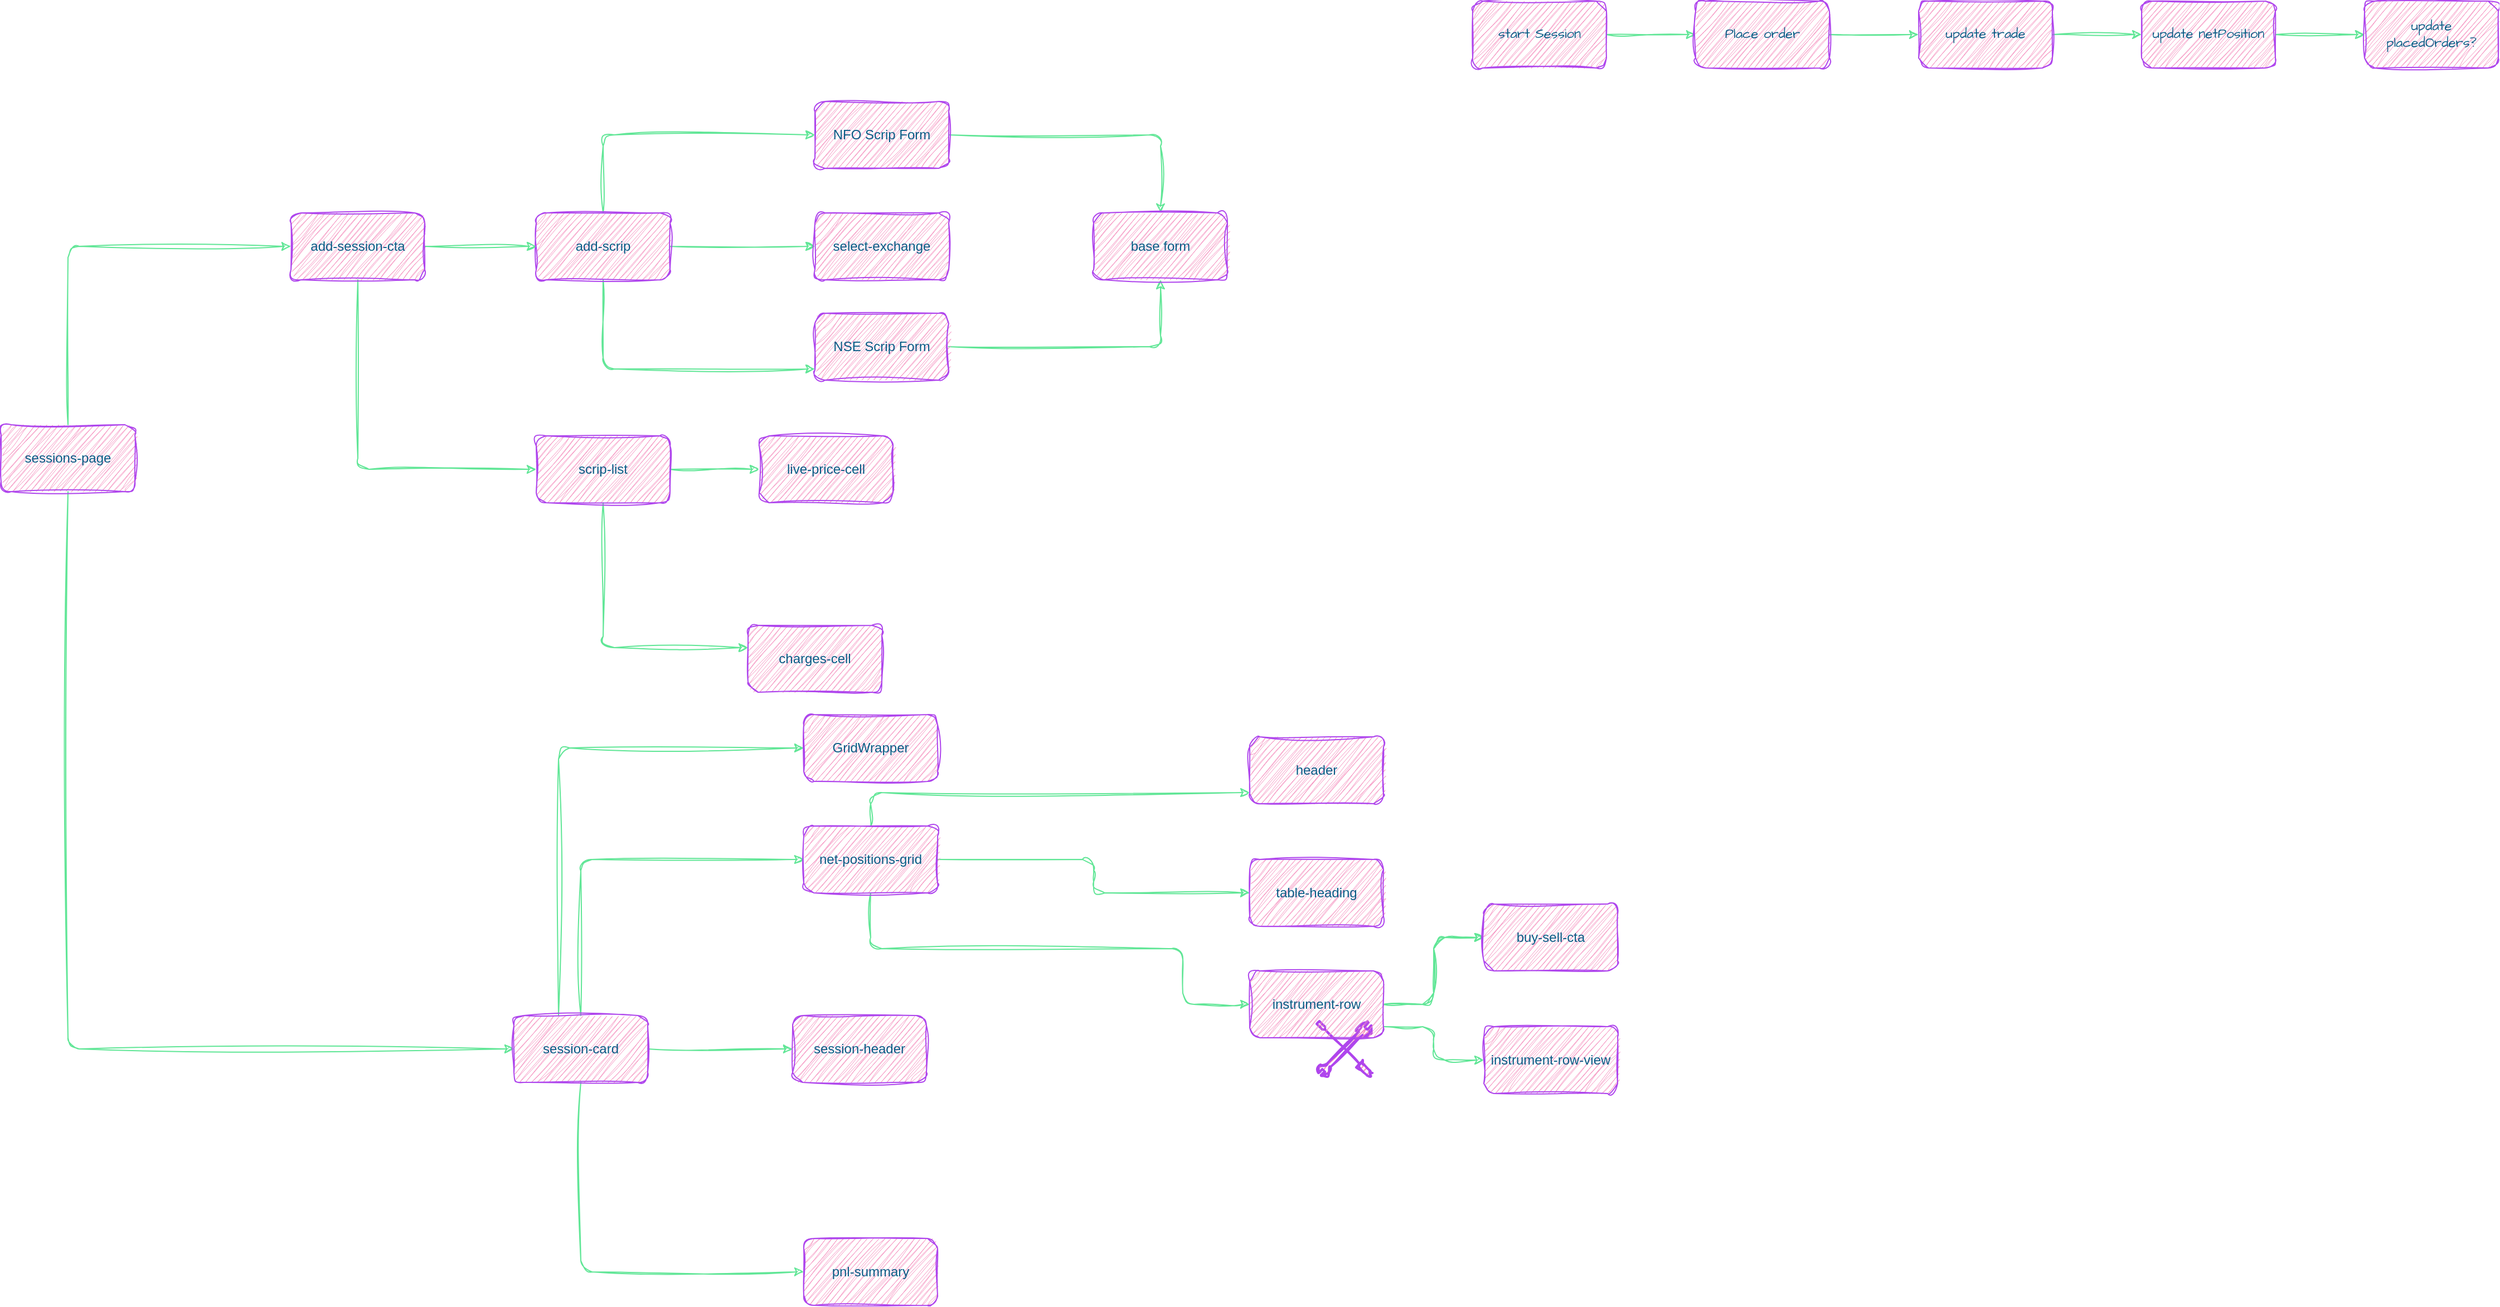
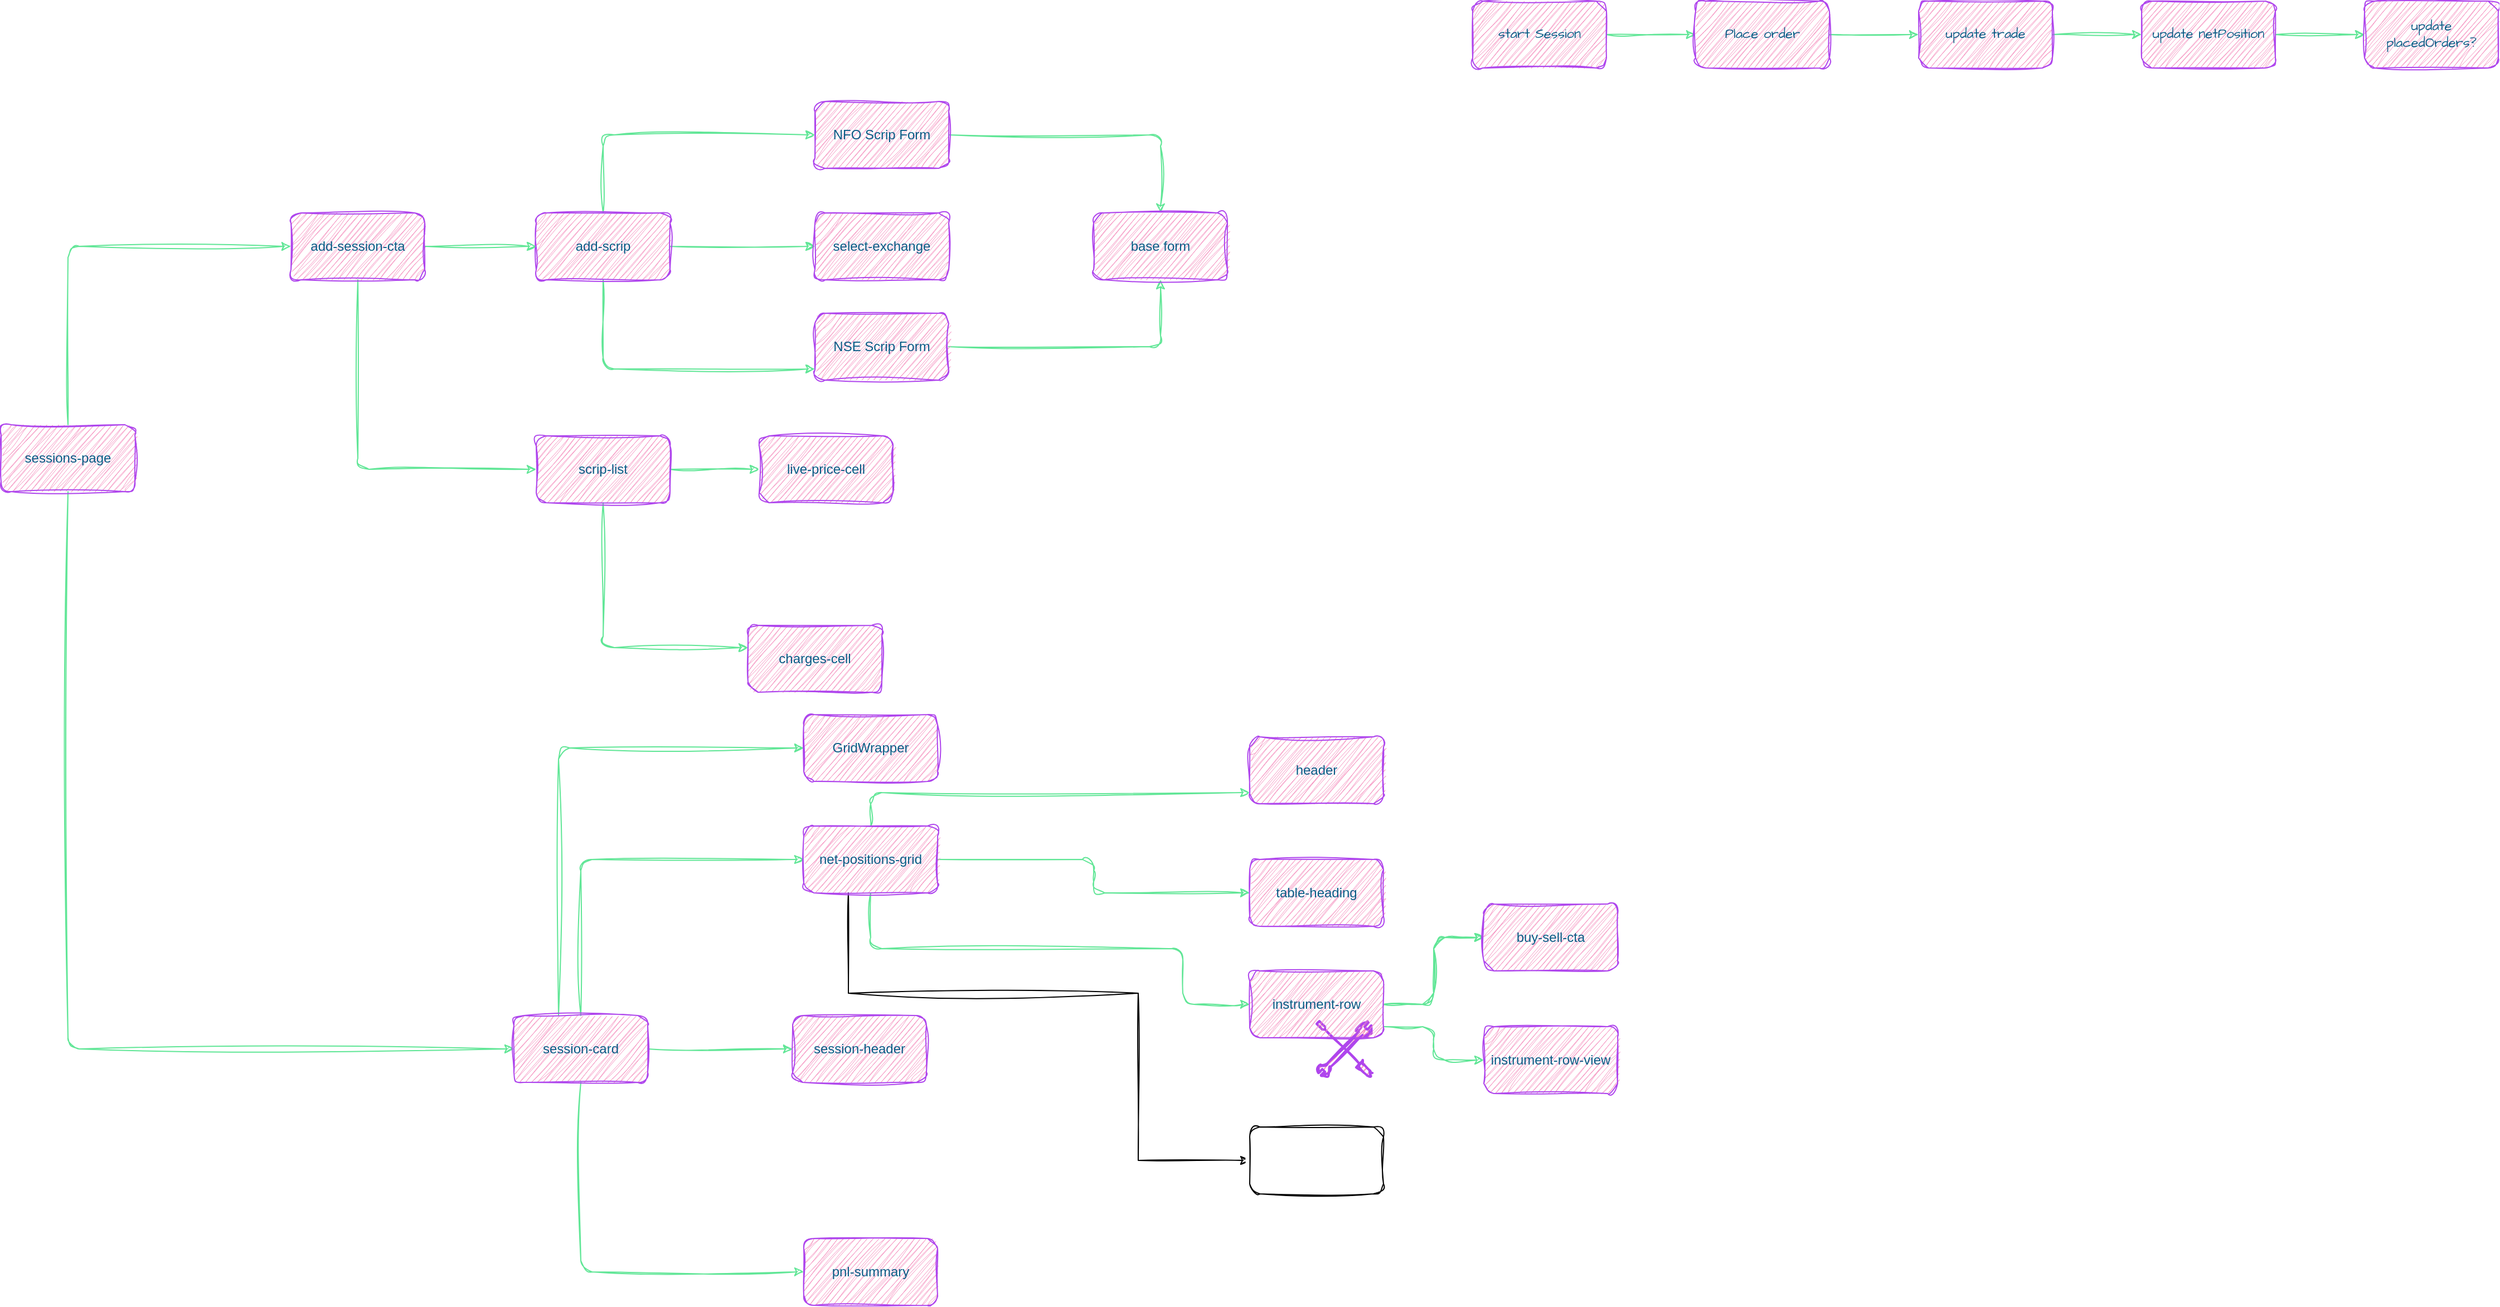
<mxfile host="app.diagrams.net" pages="5">
  <diagram id="wPQbEJP3DVO_ncDqMHqx" name="Sessions Page">
-     <mxGraphModel dx="1887" dy="969" grid="1" gridSize="10" guides="1" tooltips="1" connect="1" arrows="1" fold="1" page="0" pageScale="1" pageWidth="402" pageHeight="874" math="0" shadow="0">
+     <mxGraphModel dx="1996" dy="1026" grid="1" gridSize="10" guides="1" tooltips="1" connect="1" arrows="1" fold="1" page="0" pageScale="1" pageWidth="402" pageHeight="874" math="0" shadow="0">
      <root>
        <mxCell id="0" />
        <mxCell id="1" parent="0" />
        <mxCell id="DB1AKVm6qyutKQlFYAWD-6" edge="1" parent="1" source="DB1AKVm6qyutKQlFYAWD-1" style="edgeStyle=orthogonalEdgeStyle;rounded=1;orthogonalLoop=1;jettySize=auto;html=1;sketch=1;curveFitting=1;jiggle=2;labelBackgroundColor=none;strokeColor=#60E696;fontColor=default;" target="DB1AKVm6qyutKQlFYAWD-5" value="">
          <mxGeometry relative="1" as="geometry" />
        </mxCell>
        <mxCell id="DB1AKVm6qyutKQlFYAWD-8" edge="1" parent="1" source="DB1AKVm6qyutKQlFYAWD-1" style="edgeStyle=orthogonalEdgeStyle;rounded=1;orthogonalLoop=1;jettySize=auto;html=1;sketch=1;curveFitting=1;jiggle=2;labelBackgroundColor=none;strokeColor=#60E696;fontColor=default;" target="DB1AKVm6qyutKQlFYAWD-7" value="">
          <mxGeometry relative="1" as="geometry">
            <Array as="points">
              <mxPoint x="120" y="270" />
            </Array>
          </mxGeometry>
        </mxCell>
        <mxCell id="DB1AKVm6qyutKQlFYAWD-10" edge="1" parent="1" source="DB1AKVm6qyutKQlFYAWD-1" style="edgeStyle=orthogonalEdgeStyle;rounded=1;orthogonalLoop=1;jettySize=auto;html=1;sketch=1;curveFitting=1;jiggle=2;labelBackgroundColor=none;strokeColor=#60E696;fontColor=default;" target="DB1AKVm6qyutKQlFYAWD-9" value="">
          <mxGeometry relative="1" as="geometry">
            <Array as="points">
              <mxPoint x="120" y="60" />
            </Array>
          </mxGeometry>
        </mxCell>
        <mxCell id="DB1AKVm6qyutKQlFYAWD-1" parent="1" style="rounded=1;whiteSpace=wrap;html=1;sketch=1;curveFitting=1;jiggle=2;labelBackgroundColor=none;fillColor=#F694C1;strokeColor=#AF45ED;fontColor=#095C86;" value="add-scrip" vertex="1">
          <mxGeometry height="60" width="120" x="60" y="130" as="geometry" />
        </mxCell>
        <mxCell id="DB1AKVm6qyutKQlFYAWD-4" edge="1" parent="1" source="DB1AKVm6qyutKQlFYAWD-3" style="edgeStyle=orthogonalEdgeStyle;rounded=1;orthogonalLoop=1;jettySize=auto;html=1;sketch=1;curveFitting=1;jiggle=2;labelBackgroundColor=none;strokeColor=#60E696;fontColor=default;" target="DB1AKVm6qyutKQlFYAWD-1" value="">
          <mxGeometry relative="1" as="geometry" />
        </mxCell>
        <mxCell id="DB1AKVm6qyutKQlFYAWD-12" edge="1" parent="1" source="DB1AKVm6qyutKQlFYAWD-3" style="edgeStyle=orthogonalEdgeStyle;rounded=1;orthogonalLoop=1;jettySize=auto;html=1;sketch=1;curveFitting=1;jiggle=2;labelBackgroundColor=none;strokeColor=#60E696;fontColor=default;" target="DB1AKVm6qyutKQlFYAWD-11" value="">
          <mxGeometry relative="1" as="geometry">
            <Array as="points">
              <mxPoint x="-100" y="360" />
            </Array>
          </mxGeometry>
        </mxCell>
        <mxCell id="DB1AKVm6qyutKQlFYAWD-3" parent="1" style="rounded=1;whiteSpace=wrap;html=1;sketch=1;curveFitting=1;jiggle=2;labelBackgroundColor=none;fillColor=#F694C1;strokeColor=#AF45ED;fontColor=#095C86;" value="add-session-cta" vertex="1">
          <mxGeometry height="60" width="120" x="-160" y="130" as="geometry" />
        </mxCell>
        <mxCell id="DB1AKVm6qyutKQlFYAWD-5" parent="1" style="whiteSpace=wrap;html=1;rounded=1;sketch=1;curveFitting=1;jiggle=2;labelBackgroundColor=none;fillColor=#F694C1;strokeColor=#AF45ED;fontColor=#095C86;" value="select-exchange" vertex="1">
          <mxGeometry height="60" width="120" x="310" y="130" as="geometry" />
        </mxCell>
        <mxCell id="ouMAoqMrmdJ_XqpmxOQB-3" edge="1" parent="1" source="DB1AKVm6qyutKQlFYAWD-7" style="edgeStyle=orthogonalEdgeStyle;rounded=1;sketch=1;hachureGap=4;jiggle=2;curveFitting=1;orthogonalLoop=1;jettySize=auto;html=1;fontFamily=Architects Daughter;fontSource=https%3A%2F%2Ffonts.googleapis.com%2Fcss%3Ffamily%3DArchitects%2BDaughter;labelBackgroundColor=none;strokeColor=#60E696;fontColor=default;" target="ouMAoqMrmdJ_XqpmxOQB-1">
          <mxGeometry relative="1" as="geometry" />
        </mxCell>
        <mxCell id="DB1AKVm6qyutKQlFYAWD-7" parent="1" style="whiteSpace=wrap;html=1;rounded=1;sketch=1;curveFitting=1;jiggle=2;labelBackgroundColor=none;fillColor=#F694C1;strokeColor=#AF45ED;fontColor=#095C86;" value="NSE Scrip Form" vertex="1">
          <mxGeometry height="60" width="120" x="310" y="220" as="geometry" />
        </mxCell>
        <mxCell id="ouMAoqMrmdJ_XqpmxOQB-2" edge="1" parent="1" source="DB1AKVm6qyutKQlFYAWD-9" style="edgeStyle=orthogonalEdgeStyle;rounded=1;sketch=1;hachureGap=4;jiggle=2;curveFitting=1;orthogonalLoop=1;jettySize=auto;html=1;fontFamily=Architects Daughter;fontSource=https%3A%2F%2Ffonts.googleapis.com%2Fcss%3Ffamily%3DArchitects%2BDaughter;labelBackgroundColor=none;strokeColor=#60E696;fontColor=default;" target="ouMAoqMrmdJ_XqpmxOQB-1" value="">
          <mxGeometry relative="1" as="geometry" />
        </mxCell>
        <mxCell id="DB1AKVm6qyutKQlFYAWD-9" parent="1" style="whiteSpace=wrap;html=1;rounded=1;sketch=1;curveFitting=1;jiggle=2;labelBackgroundColor=none;fillColor=#F694C1;strokeColor=#AF45ED;fontColor=#095C86;" value="NFO Scrip Form" vertex="1">
          <mxGeometry height="60" width="120" x="310" y="30" as="geometry" />
        </mxCell>
        <mxCell id="ouMAoqMrmdJ_XqpmxOQB-15" edge="1" parent="1" source="DB1AKVm6qyutKQlFYAWD-11" style="edgeStyle=orthogonalEdgeStyle;rounded=1;sketch=1;hachureGap=4;jiggle=2;curveFitting=1;orthogonalLoop=1;jettySize=auto;html=1;fontFamily=Architects Daughter;fontSource=https%3A%2F%2Ffonts.googleapis.com%2Fcss%3Ffamily%3DArchitects%2BDaughter;labelBackgroundColor=none;strokeColor=#60E696;fontColor=default;" target="ouMAoqMrmdJ_XqpmxOQB-14" value="">
          <mxGeometry relative="1" as="geometry" />
        </mxCell>
        <mxCell id="ouMAoqMrmdJ_XqpmxOQB-17" edge="1" parent="1" source="DB1AKVm6qyutKQlFYAWD-11" style="edgeStyle=orthogonalEdgeStyle;rounded=1;sketch=1;hachureGap=4;jiggle=2;curveFitting=1;orthogonalLoop=1;jettySize=auto;html=1;fontFamily=Architects Daughter;fontSource=https%3A%2F%2Ffonts.googleapis.com%2Fcss%3Ffamily%3DArchitects%2BDaughter;labelBackgroundColor=none;strokeColor=#60E696;fontColor=default;" target="ouMAoqMrmdJ_XqpmxOQB-16" value="">
          <mxGeometry relative="1" as="geometry">
            <Array as="points">
              <mxPoint x="120" y="520" />
            </Array>
          </mxGeometry>
        </mxCell>
        <mxCell id="DB1AKVm6qyutKQlFYAWD-11" parent="1" style="whiteSpace=wrap;html=1;rounded=1;sketch=1;curveFitting=1;jiggle=2;labelBackgroundColor=none;fillColor=#F694C1;strokeColor=#AF45ED;fontColor=#095C86;" value="scrip-list" vertex="1">
          <mxGeometry height="60" width="120" x="60" y="330" as="geometry" />
        </mxCell>
        <mxCell id="DB1AKVm6qyutKQlFYAWD-15" edge="1" parent="1" source="DB1AKVm6qyutKQlFYAWD-14" style="edgeStyle=orthogonalEdgeStyle;rounded=1;sketch=1;hachureGap=4;jiggle=2;curveFitting=1;orthogonalLoop=1;jettySize=auto;html=1;entryX=0;entryY=0.5;entryDx=0;entryDy=0;strokeColor=#60E696;fontFamily=Architects Daughter;fontSource=https%3A%2F%2Ffonts.googleapis.com%2Fcss%3Ffamily%3DArchitects%2BDaughter;fontColor=default;fillColor=#F694C1;labelBackgroundColor=none;" target="DB1AKVm6qyutKQlFYAWD-3">
          <mxGeometry relative="1" as="geometry">
            <Array as="points">
              <mxPoint x="-360" y="160" />
            </Array>
          </mxGeometry>
        </mxCell>
        <mxCell id="ouMAoqMrmdJ_XqpmxOQB-28" edge="1" parent="1" source="DB1AKVm6qyutKQlFYAWD-14" style="edgeStyle=orthogonalEdgeStyle;rounded=1;sketch=1;hachureGap=4;jiggle=2;curveFitting=1;orthogonalLoop=1;jettySize=auto;html=1;entryX=0;entryY=0.5;entryDx=0;entryDy=0;fontFamily=Architects Daughter;fontSource=https%3A%2F%2Ffonts.googleapis.com%2Fcss%3Ffamily%3DArchitects%2BDaughter;labelBackgroundColor=none;strokeColor=#60E696;fontColor=default;" target="ouMAoqMrmdJ_XqpmxOQB-19">
          <mxGeometry relative="1" as="geometry">
            <Array as="points">
              <mxPoint x="-360" y="880" />
            </Array>
          </mxGeometry>
        </mxCell>
        <mxCell id="DB1AKVm6qyutKQlFYAWD-14" parent="1" style="rounded=1;whiteSpace=wrap;html=1;sketch=1;curveFitting=1;jiggle=2;labelBackgroundColor=none;fillColor=#F694C1;strokeColor=#AF45ED;fontColor=#095C86;" value="sessions-page" vertex="1">
          <mxGeometry height="60" width="120" x="-420" y="320" as="geometry" />
        </mxCell>
        <mxCell id="ouMAoqMrmdJ_XqpmxOQB-1" parent="1" style="whiteSpace=wrap;html=1;fillColor=#F694C1;strokeColor=#AF45ED;fontColor=#095C86;rounded=1;sketch=1;curveFitting=1;jiggle=2;labelBackgroundColor=none;" value="base form" vertex="1">
          <mxGeometry height="60" width="120" x="560" y="130" as="geometry" />
        </mxCell>
        <mxCell id="ouMAoqMrmdJ_XqpmxOQB-6" edge="1" parent="1" source="ouMAoqMrmdJ_XqpmxOQB-4" style="edgeStyle=orthogonalEdgeStyle;rounded=1;sketch=1;hachureGap=4;jiggle=2;curveFitting=1;orthogonalLoop=1;jettySize=auto;html=1;fontFamily=Architects Daughter;fontSource=https%3A%2F%2Ffonts.googleapis.com%2Fcss%3Ffamily%3DArchitects%2BDaughter;labelBackgroundColor=none;strokeColor=#60E696;fontColor=default;" target="ouMAoqMrmdJ_XqpmxOQB-5" value="">
          <mxGeometry relative="1" as="geometry" />
        </mxCell>
        <mxCell id="ouMAoqMrmdJ_XqpmxOQB-4" parent="1" style="whiteSpace=wrap;html=1;sketch=1;hachureGap=4;jiggle=2;curveFitting=1;fontFamily=Architects Daughter;fontSource=https%3A%2F%2Ffonts.googleapis.com%2Fcss%3Ffamily%3DArchitects%2BDaughter;labelBackgroundColor=none;fillColor=#F694C1;strokeColor=#AF45ED;fontColor=#095C86;rounded=1;" value="start Session" vertex="1">
          <mxGeometry height="60" width="120" x="900" y="-60" as="geometry" />
        </mxCell>
        <mxCell id="ouMAoqMrmdJ_XqpmxOQB-8" edge="1" parent="1" source="ouMAoqMrmdJ_XqpmxOQB-5" style="edgeStyle=orthogonalEdgeStyle;rounded=1;sketch=1;hachureGap=4;jiggle=2;curveFitting=1;orthogonalLoop=1;jettySize=auto;html=1;fontFamily=Architects Daughter;fontSource=https%3A%2F%2Ffonts.googleapis.com%2Fcss%3Ffamily%3DArchitects%2BDaughter;labelBackgroundColor=none;strokeColor=#60E696;fontColor=default;" target="ouMAoqMrmdJ_XqpmxOQB-7" value="">
          <mxGeometry relative="1" as="geometry" />
        </mxCell>
        <mxCell id="ouMAoqMrmdJ_XqpmxOQB-5" parent="1" style="whiteSpace=wrap;html=1;fontFamily=Architects Daughter;sketch=1;hachureGap=4;jiggle=2;curveFitting=1;fontSource=https%3A%2F%2Ffonts.googleapis.com%2Fcss%3Ffamily%3DArchitects%2BDaughter;labelBackgroundColor=none;fillColor=#F694C1;strokeColor=#AF45ED;fontColor=#095C86;rounded=1;" value="Place order" vertex="1">
          <mxGeometry height="60" width="120" x="1100" y="-60" as="geometry" />
        </mxCell>
        <mxCell id="ouMAoqMrmdJ_XqpmxOQB-10" edge="1" parent="1" source="ouMAoqMrmdJ_XqpmxOQB-7" style="edgeStyle=orthogonalEdgeStyle;rounded=1;sketch=1;hachureGap=4;jiggle=2;curveFitting=1;orthogonalLoop=1;jettySize=auto;html=1;fontFamily=Architects Daughter;fontSource=https%3A%2F%2Ffonts.googleapis.com%2Fcss%3Ffamily%3DArchitects%2BDaughter;labelBackgroundColor=none;strokeColor=#60E696;fontColor=default;" target="ouMAoqMrmdJ_XqpmxOQB-9" value="">
          <mxGeometry relative="1" as="geometry" />
        </mxCell>
        <mxCell id="ouMAoqMrmdJ_XqpmxOQB-7" parent="1" style="whiteSpace=wrap;html=1;fontFamily=Architects Daughter;sketch=1;hachureGap=4;jiggle=2;curveFitting=1;fontSource=https%3A%2F%2Ffonts.googleapis.com%2Fcss%3Ffamily%3DArchitects%2BDaughter;labelBackgroundColor=none;fillColor=#F694C1;strokeColor=#AF45ED;fontColor=#095C86;rounded=1;" value="update trade" vertex="1">
          <mxGeometry height="60" width="120" x="1300" y="-60" as="geometry" />
        </mxCell>
        <mxCell id="ouMAoqMrmdJ_XqpmxOQB-12" edge="1" parent="1" source="ouMAoqMrmdJ_XqpmxOQB-9" style="edgeStyle=orthogonalEdgeStyle;rounded=1;sketch=1;hachureGap=4;jiggle=2;curveFitting=1;orthogonalLoop=1;jettySize=auto;html=1;fontFamily=Architects Daughter;fontSource=https%3A%2F%2Ffonts.googleapis.com%2Fcss%3Ffamily%3DArchitects%2BDaughter;labelBackgroundColor=none;strokeColor=#60E696;fontColor=default;" target="ouMAoqMrmdJ_XqpmxOQB-11" value="">
          <mxGeometry relative="1" as="geometry" />
        </mxCell>
        <mxCell id="ouMAoqMrmdJ_XqpmxOQB-9" parent="1" style="whiteSpace=wrap;html=1;fontFamily=Architects Daughter;sketch=1;hachureGap=4;jiggle=2;curveFitting=1;fontSource=https%3A%2F%2Ffonts.googleapis.com%2Fcss%3Ffamily%3DArchitects%2BDaughter;labelBackgroundColor=none;fillColor=#F694C1;strokeColor=#AF45ED;fontColor=#095C86;rounded=1;" value="update netPosition" vertex="1">
          <mxGeometry height="60" width="120" x="1500" y="-60" as="geometry" />
        </mxCell>
        <mxCell id="ouMAoqMrmdJ_XqpmxOQB-11" parent="1" style="whiteSpace=wrap;html=1;fontFamily=Architects Daughter;sketch=1;hachureGap=4;jiggle=2;curveFitting=1;fontSource=https%3A%2F%2Ffonts.googleapis.com%2Fcss%3Ffamily%3DArchitects%2BDaughter;labelBackgroundColor=none;fillColor=#F694C1;strokeColor=#AF45ED;fontColor=#095C86;rounded=1;" value="update placedOrders?" vertex="1">
          <mxGeometry height="60" width="120" x="1700" y="-60" as="geometry" />
        </mxCell>
        <mxCell id="ouMAoqMrmdJ_XqpmxOQB-13" parent="1" style="html=1;verticalLabelPosition=bottom;align=center;labelBackgroundColor=none;verticalAlign=top;strokeWidth=2;strokeColor=#AF45ED;shadow=0;dashed=0;shape=mxgraph.ios7.icons.tools;pointerEvents=1;sketch=1;hachureGap=4;jiggle=2;curveFitting=1;fontFamily=Architects Daughter;fontSource=https%3A%2F%2Ffonts.googleapis.com%2Fcss%3Ffamily%3DArchitects%2BDaughter;fillColor=#F694C1;fontColor=#095C86;rounded=1;" value="" vertex="1">
          <mxGeometry height="50" width="50" x="760" y="855" as="geometry" />
        </mxCell>
        <mxCell id="ouMAoqMrmdJ_XqpmxOQB-14" parent="1" style="whiteSpace=wrap;html=1;fillColor=#F694C1;strokeColor=#AF45ED;fontColor=#095C86;rounded=1;sketch=1;curveFitting=1;jiggle=2;labelBackgroundColor=none;" value="live-price-cell" vertex="1">
          <mxGeometry height="60" width="120" x="260" y="330" as="geometry" />
        </mxCell>
        <mxCell id="ouMAoqMrmdJ_XqpmxOQB-16" parent="1" style="whiteSpace=wrap;html=1;fillColor=#F694C1;strokeColor=#AF45ED;fontColor=#095C86;rounded=1;sketch=1;curveFitting=1;jiggle=2;labelBackgroundColor=none;" value="charges-cell" vertex="1">
          <mxGeometry height="60" width="120" x="250" y="500" as="geometry" />
        </mxCell>
        <mxCell id="ouMAoqMrmdJ_XqpmxOQB-22" edge="1" parent="1" source="ouMAoqMrmdJ_XqpmxOQB-19" style="edgeStyle=orthogonalEdgeStyle;rounded=1;sketch=1;hachureGap=4;jiggle=2;curveFitting=1;orthogonalLoop=1;jettySize=auto;html=1;fontFamily=Architects Daughter;fontSource=https%3A%2F%2Ffonts.googleapis.com%2Fcss%3Ffamily%3DArchitects%2BDaughter;labelBackgroundColor=none;strokeColor=#60E696;fontColor=default;" target="ouMAoqMrmdJ_XqpmxOQB-21" value="">
          <mxGeometry relative="1" as="geometry" />
        </mxCell>
        <mxCell id="ouMAoqMrmdJ_XqpmxOQB-25" edge="1" parent="1" source="ouMAoqMrmdJ_XqpmxOQB-19" style="edgeStyle=orthogonalEdgeStyle;rounded=1;sketch=1;hachureGap=4;jiggle=2;curveFitting=1;orthogonalLoop=1;jettySize=auto;html=1;entryX=0;entryY=0.5;entryDx=0;entryDy=0;fontFamily=Architects Daughter;fontSource=https%3A%2F%2Ffonts.googleapis.com%2Fcss%3Ffamily%3DArchitects%2BDaughter;labelBackgroundColor=none;strokeColor=#60E696;fontColor=default;" target="ouMAoqMrmdJ_XqpmxOQB-23">
          <mxGeometry relative="1" as="geometry">
            <Array as="points">
              <mxPoint x="100" y="710" />
            </Array>
          </mxGeometry>
        </mxCell>
        <mxCell id="ouMAoqMrmdJ_XqpmxOQB-27" edge="1" parent="1" source="ouMAoqMrmdJ_XqpmxOQB-19" style="edgeStyle=orthogonalEdgeStyle;rounded=1;sketch=1;hachureGap=4;jiggle=2;curveFitting=1;orthogonalLoop=1;jettySize=auto;html=1;fontFamily=Architects Daughter;fontSource=https%3A%2F%2Ffonts.googleapis.com%2Fcss%3Ffamily%3DArchitects%2BDaughter;labelBackgroundColor=none;strokeColor=#60E696;fontColor=default;" target="ouMAoqMrmdJ_XqpmxOQB-26" value="">
          <mxGeometry relative="1" as="geometry">
            <Array as="points">
              <mxPoint x="100" y="1080" />
            </Array>
          </mxGeometry>
        </mxCell>
        <mxCell id="ouMAoqMrmdJ_XqpmxOQB-30" edge="1" parent="1" source="ouMAoqMrmdJ_XqpmxOQB-19" style="edgeStyle=orthogonalEdgeStyle;rounded=1;sketch=1;hachureGap=4;jiggle=2;curveFitting=1;orthogonalLoop=1;jettySize=auto;html=1;strokeColor=#60E696;fontFamily=Architects Daughter;fontSource=https%3A%2F%2Ffonts.googleapis.com%2Fcss%3Ffamily%3DArchitects%2BDaughter;fontColor=#095C86;fillColor=#F694C1;" target="ouMAoqMrmdJ_XqpmxOQB-29" value="">
          <mxGeometry relative="1" as="geometry">
            <Array as="points">
              <mxPoint x="80" y="610" />
            </Array>
          </mxGeometry>
        </mxCell>
        <mxCell id="ouMAoqMrmdJ_XqpmxOQB-19" parent="1" style="whiteSpace=wrap;html=1;fillColor=#F694C1;strokeColor=#AF45ED;fontColor=#095C86;rounded=1;sketch=1;curveFitting=1;jiggle=2;labelBackgroundColor=none;" value="session-card" vertex="1">
          <mxGeometry height="60" width="120" x="40" y="850" as="geometry" />
        </mxCell>
        <mxCell id="ouMAoqMrmdJ_XqpmxOQB-21" parent="1" style="whiteSpace=wrap;html=1;fillColor=#F694C1;strokeColor=#AF45ED;fontColor=#095C86;rounded=1;sketch=1;curveFitting=1;jiggle=2;labelBackgroundColor=none;" value="session-header" vertex="1">
          <mxGeometry height="60" width="120" x="290" y="850" as="geometry" />
        </mxCell>
        <mxCell id="ouMAoqMrmdJ_XqpmxOQB-32" edge="1" parent="1" source="ouMAoqMrmdJ_XqpmxOQB-23" style="edgeStyle=orthogonalEdgeStyle;rounded=1;sketch=1;hachureGap=4;jiggle=2;curveFitting=1;orthogonalLoop=1;jettySize=auto;html=1;strokeColor=#60E696;fontFamily=Architects Daughter;fontSource=https%3A%2F%2Ffonts.googleapis.com%2Fcss%3Ffamily%3DArchitects%2BDaughter;fontColor=#095C86;fillColor=#F694C1;" target="ouMAoqMrmdJ_XqpmxOQB-31" value="">
          <mxGeometry relative="1" as="geometry">
            <Array as="points">
              <mxPoint x="360" y="650" />
            </Array>
          </mxGeometry>
        </mxCell>
        <mxCell id="ouMAoqMrmdJ_XqpmxOQB-34" edge="1" parent="1" source="ouMAoqMrmdJ_XqpmxOQB-23" style="edgeStyle=orthogonalEdgeStyle;rounded=1;sketch=1;hachureGap=4;jiggle=2;curveFitting=1;orthogonalLoop=1;jettySize=auto;html=1;strokeColor=#60E696;fontFamily=Architects Daughter;fontSource=https%3A%2F%2Ffonts.googleapis.com%2Fcss%3Ffamily%3DArchitects%2BDaughter;fontColor=#095C86;fillColor=#F694C1;" target="ouMAoqMrmdJ_XqpmxOQB-33" value="">
          <mxGeometry relative="1" as="geometry" />
        </mxCell>
        <mxCell id="ouMAoqMrmdJ_XqpmxOQB-38" edge="1" parent="1" source="ouMAoqMrmdJ_XqpmxOQB-23" style="edgeStyle=orthogonalEdgeStyle;rounded=1;sketch=1;hachureGap=4;jiggle=2;curveFitting=1;orthogonalLoop=1;jettySize=auto;html=1;strokeColor=#60E696;fontFamily=Architects Daughter;fontSource=https%3A%2F%2Ffonts.googleapis.com%2Fcss%3Ffamily%3DArchitects%2BDaughter;fontColor=#095C86;fillColor=#F694C1;" target="ouMAoqMrmdJ_XqpmxOQB-37" value="">
          <mxGeometry relative="1" as="geometry">
            <Array as="points">
              <mxPoint x="360" y="790" />
              <mxPoint x="640" y="790" />
            </Array>
          </mxGeometry>
        </mxCell>
+         <mxCell id="eX8Cx5BNWnft2gzvnQZb-2" edge="1" parent="1" source="ouMAoqMrmdJ_XqpmxOQB-23" style="edgeStyle=orthogonalEdgeStyle;rounded=0;sketch=1;hachureGap=4;jiggle=2;curveFitting=1;orthogonalLoop=1;jettySize=auto;html=1;fontFamily=Architects Daughter;fontSource=https%3A%2F%2Ffonts.googleapis.com%2Fcss%3Ffamily%3DArchitects%2BDaughter;entryX=0;entryY=0.5;entryDx=0;entryDy=0;" target="eX8Cx5BNWnft2gzvnQZb-3">
+           <mxGeometry relative="1" as="geometry">
+             <Array as="points">
+               <mxPoint x="340" y="830" />
+               <mxPoint x="600" y="830" />
+               <mxPoint x="600" y="980" />
+             </Array>
+             <mxPoint x="600" y="1010" as="targetPoint" />
+           </mxGeometry>
+         </mxCell>
        <mxCell id="ouMAoqMrmdJ_XqpmxOQB-23" parent="1" style="whiteSpace=wrap;html=1;fillColor=#F694C1;strokeColor=#AF45ED;fontColor=#095C86;rounded=1;sketch=1;curveFitting=1;jiggle=2;labelBackgroundColor=none;" value="net-positions-grid" vertex="1">
          <mxGeometry height="60" width="120" x="300" y="680" as="geometry" />
        </mxCell>
        <mxCell id="ouMAoqMrmdJ_XqpmxOQB-26" parent="1" style="whiteSpace=wrap;html=1;fillColor=#F694C1;strokeColor=#AF45ED;fontColor=#095C86;rounded=1;sketch=1;curveFitting=1;jiggle=2;labelBackgroundColor=none;" value="pnl-summary" vertex="1">
          <mxGeometry height="60" width="120" x="300" y="1050" as="geometry" />
        </mxCell>
        <mxCell id="ouMAoqMrmdJ_XqpmxOQB-29" parent="1" style="whiteSpace=wrap;html=1;fillColor=#F694C1;strokeColor=#AF45ED;fontColor=#095C86;rounded=1;sketch=1;curveFitting=1;jiggle=2;labelBackgroundColor=none;" value="GridWrapper" vertex="1">
          <mxGeometry height="60" width="120" x="300" y="580" as="geometry" />
        </mxCell>
        <mxCell id="ouMAoqMrmdJ_XqpmxOQB-31" parent="1" style="whiteSpace=wrap;html=1;fillColor=#F694C1;strokeColor=#AF45ED;fontColor=#095C86;rounded=1;sketch=1;curveFitting=1;jiggle=2;labelBackgroundColor=none;" value="header" vertex="1">
          <mxGeometry height="60" width="120" x="700" y="600" as="geometry" />
        </mxCell>
        <mxCell id="ouMAoqMrmdJ_XqpmxOQB-33" parent="1" style="whiteSpace=wrap;html=1;fillColor=#F694C1;strokeColor=#AF45ED;fontColor=#095C86;rounded=1;sketch=1;curveFitting=1;jiggle=2;labelBackgroundColor=none;" value="table-heading" vertex="1">
          <mxGeometry height="60" width="120" x="700" y="710" as="geometry" />
        </mxCell>
        <mxCell id="ouMAoqMrmdJ_XqpmxOQB-40" edge="1" parent="1" source="ouMAoqMrmdJ_XqpmxOQB-37" style="edgeStyle=orthogonalEdgeStyle;rounded=1;sketch=1;hachureGap=4;jiggle=2;curveFitting=1;orthogonalLoop=1;jettySize=auto;html=1;strokeColor=#60E696;fontFamily=Architects Daughter;fontSource=https%3A%2F%2Ffonts.googleapis.com%2Fcss%3Ffamily%3DArchitects%2BDaughter;fontColor=#095C86;fillColor=#F694C1;" target="ouMAoqMrmdJ_XqpmxOQB-39" value="">
          <mxGeometry relative="1" as="geometry" />
        </mxCell>
        <mxCell id="ouMAoqMrmdJ_XqpmxOQB-41" edge="1" parent="1" source="ouMAoqMrmdJ_XqpmxOQB-37" style="edgeStyle=orthogonalEdgeStyle;rounded=1;sketch=1;hachureGap=4;jiggle=2;curveFitting=1;orthogonalLoop=1;jettySize=auto;html=1;strokeColor=#60E696;fontFamily=Architects Daughter;fontSource=https%3A%2F%2Ffonts.googleapis.com%2Fcss%3Ffamily%3DArchitects%2BDaughter;fontColor=#095C86;fillColor=#F694C1;" target="ouMAoqMrmdJ_XqpmxOQB-39" value="">
          <mxGeometry relative="1" as="geometry" />
        </mxCell>
        <mxCell id="ouMAoqMrmdJ_XqpmxOQB-43" edge="1" parent="1" source="ouMAoqMrmdJ_XqpmxOQB-37" style="edgeStyle=orthogonalEdgeStyle;rounded=1;sketch=1;hachureGap=4;jiggle=2;curveFitting=1;orthogonalLoop=1;jettySize=auto;html=1;strokeColor=#60E696;fontFamily=Architects Daughter;fontSource=https%3A%2F%2Ffonts.googleapis.com%2Fcss%3Ffamily%3DArchitects%2BDaughter;fontColor=#095C86;fillColor=#F694C1;" target="ouMAoqMrmdJ_XqpmxOQB-42" value="">
          <mxGeometry relative="1" as="geometry">
            <Array as="points">
              <mxPoint x="865" y="860" />
              <mxPoint x="865" y="890" />
            </Array>
          </mxGeometry>
        </mxCell>
        <mxCell id="ouMAoqMrmdJ_XqpmxOQB-37" parent="1" style="whiteSpace=wrap;html=1;fillColor=#F694C1;strokeColor=#AF45ED;fontColor=#095C86;rounded=1;sketch=1;curveFitting=1;jiggle=2;labelBackgroundColor=none;" value="instrument-row" vertex="1">
          <mxGeometry height="60" width="120" x="700" y="810" as="geometry" />
        </mxCell>
        <mxCell id="ouMAoqMrmdJ_XqpmxOQB-39" parent="1" style="whiteSpace=wrap;html=1;fillColor=#F694C1;strokeColor=#AF45ED;fontColor=#095C86;rounded=1;sketch=1;curveFitting=1;jiggle=2;labelBackgroundColor=none;" value="buy-sell-cta" vertex="1">
          <mxGeometry height="60" width="120" x="910" y="750" as="geometry" />
        </mxCell>
        <mxCell id="ouMAoqMrmdJ_XqpmxOQB-42" parent="1" style="whiteSpace=wrap;html=1;fillColor=#F694C1;strokeColor=#AF45ED;fontColor=#095C86;rounded=1;sketch=1;curveFitting=1;jiggle=2;labelBackgroundColor=none;" value="instrument-row-view" vertex="1">
          <mxGeometry height="60" width="120" x="910" y="860" as="geometry" />
+         </mxCell>
+         <mxCell id="eX8Cx5BNWnft2gzvnQZb-3" parent="1" style="rounded=1;whiteSpace=wrap;html=1;sketch=1;hachureGap=4;jiggle=2;curveFitting=1;fontFamily=Architects Daughter;fontSource=https%3A%2F%2Ffonts.googleapis.com%2Fcss%3Ffamily%3DArchitects%2BDaughter;" value="" vertex="1">
+           <mxGeometry height="60" width="120" x="700" y="950" as="geometry" />
        </mxCell>
      </root>
    </mxGraphModel>
  </diagram>
  <diagram id="YVkBlKKJ4RNEtawBKbZk" name="Session">
    <mxGraphModel dx="1357" dy="626" grid="1" gridSize="10" guides="1" tooltips="1" connect="1" arrows="1" fold="1" page="0" pageScale="1" pageWidth="402" pageHeight="874" math="0" shadow="0">
      <root>
        <mxCell id="0" />
        <mxCell id="1" parent="0" />
        <mxCell id="b8iQl_XISdQ6rZ6kNcMQ-3" edge="1" parent="1" source="b8iQl_XISdQ6rZ6kNcMQ-1" style="edgeStyle=orthogonalEdgeStyle;rounded=0;orthogonalLoop=1;jettySize=auto;html=1;" target="b8iQl_XISdQ6rZ6kNcMQ-2" value="">
          <mxGeometry relative="1" as="geometry" />
        </mxCell>
        <mxCell id="b8iQl_XISdQ6rZ6kNcMQ-1" parent="1" style="rounded=1;whiteSpace=wrap;html=1;" value="start session" vertex="1">
          <mxGeometry height="60" width="120" x="-200" y="80" as="geometry" />
        </mxCell>
        <mxCell id="b8iQl_XISdQ6rZ6kNcMQ-5" edge="1" parent="1" source="b8iQl_XISdQ6rZ6kNcMQ-2" style="edgeStyle=orthogonalEdgeStyle;rounded=0;orthogonalLoop=1;jettySize=auto;html=1;" target="b8iQl_XISdQ6rZ6kNcMQ-4" value="">
          <mxGeometry relative="1" as="geometry" />
        </mxCell>
        <mxCell id="b8iQl_XISdQ6rZ6kNcMQ-2" parent="1" style="whiteSpace=wrap;html=1;rounded=1;" value="place orders&amp;nbsp;&lt;br&gt;(all or none)" vertex="1">
          <mxGeometry height="60" width="120" y="80" as="geometry" />
        </mxCell>
        <mxCell id="b8iQl_XISdQ6rZ6kNcMQ-7" edge="1" parent="1" source="b8iQl_XISdQ6rZ6kNcMQ-4" style="edgeStyle=orthogonalEdgeStyle;rounded=0;orthogonalLoop=1;jettySize=auto;html=1;" target="b8iQl_XISdQ6rZ6kNcMQ-6" value="">
          <mxGeometry relative="1" as="geometry" />
        </mxCell>
        <mxCell id="b8iQl_XISdQ6rZ6kNcMQ-4" parent="1" style="whiteSpace=wrap;html=1;rounded=1;" value="update margins" vertex="1">
          <mxGeometry height="60" width="120" x="200" y="80" as="geometry" />
        </mxCell>
        <mxCell id="b8iQl_XISdQ6rZ6kNcMQ-6" parent="1" style="whiteSpace=wrap;html=1;rounded=1;" value="create session" vertex="1">
          <mxGeometry height="60" width="120" x="200" y="200" as="geometry" />
        </mxCell>
        <mxCell id="b8iQl_XISdQ6rZ6kNcMQ-8" parent="1" style="rounded=1;whiteSpace=wrap;html=1;fillColor=#fff2cc;strokeColor=#d6b656;" value="firebase" vertex="1">
          <mxGeometry height="40" width="80" x="300" y="190" as="geometry" />
        </mxCell>
        <mxCell id="b8iQl_XISdQ6rZ6kNcMQ-9" parent="1" style="rounded=1;whiteSpace=wrap;html=1;fillColor=#fff2cc;strokeColor=#d6b656;" value="kite" vertex="1">
          <mxGeometry height="40" width="80" x="80" y="50" as="geometry" />
        </mxCell>
        <mxCell id="b8iQl_XISdQ6rZ6kNcMQ-10" parent="1" style="rounded=1;whiteSpace=wrap;html=1;fillColor=#fff2cc;strokeColor=#d6b656;" value="firebase" vertex="1">
          <mxGeometry height="40" width="80" x="290" y="60" as="geometry" />
        </mxCell>
      </root>
    </mxGraphModel>
  </diagram>
  <diagram id="4KjMPYYtLXdBkkJX1B08" name="Auth">
    <mxGraphModel dx="1276" dy="835" grid="0" gridSize="10" guides="1" tooltips="1" connect="1" arrows="1" fold="1" page="0" pageScale="1" pageWidth="402" pageHeight="874" math="0" shadow="0">
      <root>
        <mxCell id="0" />
        <mxCell id="1" parent="0" />
        <mxCell id="pPH6oVQiPgVcm9OUePWL-3" edge="1" parent="1" source="pPH6oVQiPgVcm9OUePWL-1" style="edgeStyle=orthogonalEdgeStyle;rounded=0;orthogonalLoop=1;jettySize=auto;html=1;" target="pPH6oVQiPgVcm9OUePWL-2" value="">
          <mxGeometry relative="1" as="geometry" />
        </mxCell>
        <mxCell id="pPH6oVQiPgVcm9OUePWL-1" parent="1" style="rounded=1;whiteSpace=wrap;html=1;" value="User clicks &quot;Login&quot; Button" vertex="1">
          <mxGeometry height="60" width="120" x="23" y="101" as="geometry" />
        </mxCell>
        <mxCell id="pPH6oVQiPgVcm9OUePWL-5" edge="1" parent="1" source="pPH6oVQiPgVcm9OUePWL-2" style="edgeStyle=orthogonalEdgeStyle;rounded=0;orthogonalLoop=1;jettySize=auto;html=1;" target="pPH6oVQiPgVcm9OUePWL-4" value="">
          <mxGeometry relative="1" as="geometry" />
        </mxCell>
        <mxCell id="pPH6oVQiPgVcm9OUePWL-2" parent="1" style="whiteSpace=wrap;html=1;rounded=1;" value="Open the Login URL" vertex="1">
          <mxGeometry height="60" width="120" x="223" y="101" as="geometry" />
        </mxCell>
        <mxCell id="pPH6oVQiPgVcm9OUePWL-7" edge="1" parent="1" source="pPH6oVQiPgVcm9OUePWL-4" style="edgeStyle=orthogonalEdgeStyle;rounded=0;orthogonalLoop=1;jettySize=auto;html=1;" target="pPH6oVQiPgVcm9OUePWL-6" value="">
          <mxGeometry relative="1" as="geometry" />
        </mxCell>
        <mxCell id="pPH6oVQiPgVcm9OUePWL-4" parent="1" style="whiteSpace=wrap;html=1;rounded=1;" value="User logins to Zerodha" vertex="1">
          <mxGeometry height="60" width="120" x="423" y="101" as="geometry" />
        </mxCell>
        <mxCell id="pPH6oVQiPgVcm9OUePWL-9" edge="1" parent="1" source="pPH6oVQiPgVcm9OUePWL-6" style="edgeStyle=orthogonalEdgeStyle;rounded=0;orthogonalLoop=1;jettySize=auto;html=1;" target="pPH6oVQiPgVcm9OUePWL-8" value="">
          <mxGeometry relative="1" as="geometry" />
        </mxCell>
        <mxCell id="pPH6oVQiPgVcm9OUePWL-6" parent="1" style="whiteSpace=wrap;html=1;rounded=1;" value="Redirected to callback URL with request_token&lt;br&gt;&lt;b&gt;http://localhost:3000/api/auth/kite/callback&lt;/b&gt;" vertex="1">
          <mxGeometry height="60" width="262" x="352" y="244" as="geometry" />
        </mxCell>
        <mxCell id="pPH6oVQiPgVcm9OUePWL-13" edge="1" parent="1" source="pPH6oVQiPgVcm9OUePWL-8" style="edgeStyle=orthogonalEdgeStyle;rounded=0;orthogonalLoop=1;jettySize=auto;html=1;" target="pPH6oVQiPgVcm9OUePWL-12" value="">
          <mxGeometry relative="1" as="geometry" />
        </mxCell>
        <mxCell id="pPH6oVQiPgVcm9OUePWL-8" parent="1" style="whiteSpace=wrap;html=1;rounded=1;" value="In loader for this route, generate the session" vertex="1">
          <mxGeometry height="60" width="120" x="17" y="244" as="geometry" />
        </mxCell>
        <mxCell id="pPH6oVQiPgVcm9OUePWL-15" edge="1" parent="1" source="pPH6oVQiPgVcm9OUePWL-12" style="edgeStyle=orthogonalEdgeStyle;rounded=0;orthogonalLoop=1;jettySize=auto;html=1;" target="pPH6oVQiPgVcm9OUePWL-14" value="">
          <mxGeometry relative="1" as="geometry" />
        </mxCell>
        <mxCell id="pPH6oVQiPgVcm9OUePWL-12" parent="1" style="whiteSpace=wrap;html=1;rounded=1;" value="Serialize and save the access token in cookie" vertex="1">
          <mxGeometry height="60" width="120" x="17" y="384" as="geometry" />
        </mxCell>
        <mxCell id="pPH6oVQiPgVcm9OUePWL-17" edge="1" parent="1" source="pPH6oVQiPgVcm9OUePWL-14" style="edgeStyle=orthogonalEdgeStyle;rounded=0;orthogonalLoop=1;jettySize=auto;html=1;" target="pPH6oVQiPgVcm9OUePWL-16" value="">
          <mxGeometry relative="1" as="geometry" />
        </mxCell>
        <mxCell id="pPH6oVQiPgVcm9OUePWL-14" parent="1" style="whiteSpace=wrap;html=1;rounded=1;" value="redirect to /dashboard" vertex="1">
          <mxGeometry height="60" width="120" x="217" y="384" as="geometry" />
        </mxCell>
        <mxCell id="pPH6oVQiPgVcm9OUePWL-19" edge="1" parent="1" source="pPH6oVQiPgVcm9OUePWL-16" style="edgeStyle=orthogonalEdgeStyle;rounded=0;orthogonalLoop=1;jettySize=auto;html=1;" target="pPH6oVQiPgVcm9OUePWL-18" value="">
          <mxGeometry relative="1" as="geometry" />
        </mxCell>
        <mxCell id="pPH6oVQiPgVcm9OUePWL-16" parent="1" style="whiteSpace=wrap;html=1;rounded=1;" value="in dashboard loader, get the access token from the cookie and send it to client" vertex="1">
          <mxGeometry height="60" width="120" x="417" y="384" as="geometry" />
        </mxCell>
        <mxCell id="pPH6oVQiPgVcm9OUePWL-21" edge="1" parent="1" source="pPH6oVQiPgVcm9OUePWL-18" style="edgeStyle=orthogonalEdgeStyle;rounded=0;orthogonalLoop=1;jettySize=auto;html=1;" target="pPH6oVQiPgVcm9OUePWL-20" value="">
          <mxGeometry relative="1" as="geometry" />
        </mxCell>
        <mxCell id="pPH6oVQiPgVcm9OUePWL-18" parent="1" style="whiteSpace=wrap;html=1;rounded=1;" value="front-end creates the kc client with api_key and access_token.&amp;nbsp;&amp;nbsp;" vertex="1">
          <mxGeometry height="60" width="120" x="617" y="384" as="geometry" />
        </mxCell>
        <mxCell id="pPH6oVQiPgVcm9OUePWL-20" parent="1" style="whiteSpace=wrap;html=1;rounded=1;" value="use kc client for calling Kite APIs" vertex="1">
          <mxGeometry height="60" width="120" x="617" y="524" as="geometry" />
        </mxCell>
      </root>
    </mxGraphModel>
  </diagram>
  <diagram name="UI/UX" id="5MV4RERJIjpIYta4IkZD">
    <mxGraphModel dx="3134" dy="2189" grid="0" gridSize="10" guides="1" tooltips="1" connect="1" arrows="1" fold="1" page="0" pageScale="1" pageWidth="402" pageHeight="874" background="#ffffff" math="0" shadow="0">
      <root>
        <mxCell id="0" />
        <mxCell id="1" parent="0" />
        <mxCell id="ExlUUjPYo0Ii6ma58Pc_-14" parent="1" style="rounded=1;whiteSpace=wrap;html=1;" value="" vertex="1">
          <mxGeometry height="321" width="1097" x="-296" y="-20" as="geometry" />
        </mxCell>
        <mxCell id="ExlUUjPYo0Ii6ma58Pc_-13" parent="1" style="rounded=1;whiteSpace=wrap;html=1;" value="" vertex="1">
          <mxGeometry height="321" width="1097" x="-287" y="732" as="geometry" />
        </mxCell>
        <mxCell id="iMmVTYed4h1aN_pzg3ix-1" parent="1" style="text;html=1;whiteSpace=wrap;strokeColor=none;fillColor=none;align=center;verticalAlign=middle;rounded=0;fontStyle=1;fontSize=48;fontColor=light-dark(#7a7978, #ededed);" value="Net Qty." vertex="1">
          <mxGeometry height="59" width="60" x="-120" y="72" as="geometry" />
        </mxCell>
        <mxCell id="iMmVTYed4h1aN_pzg3ix-2" parent="1" style="text;html=1;whiteSpace=wrap;strokeColor=none;fillColor=none;align=center;verticalAlign=middle;rounded=0;fontStyle=1;fontSize=48;fontColor=light-dark(#7a7978, #ededed);" value="AVG. PRICE" vertex="1">
          <mxGeometry height="59" width="60" x="149" y="61" as="geometry" />
        </mxCell>
        <mxCell id="iMmVTYed4h1aN_pzg3ix-3" parent="1" style="text;html=1;whiteSpace=wrap;strokeColor=none;fillColor=none;align=center;verticalAlign=middle;rounded=0;fontStyle=1;fontSize=48;fontColor=light-dark(#7a7978, #ededed);" value="LTP" vertex="1">
          <mxGeometry height="59" width="60" x="418" y="61" as="geometry" />
        </mxCell>
        <mxCell id="iMmVTYed4h1aN_pzg3ix-4" parent="1" style="text;html=1;whiteSpace=wrap;strokeColor=none;fillColor=none;align=center;verticalAlign=middle;rounded=0;fontStyle=1;fontSize=48;fontColor=light-dark(#7a7978, #ededed);" value="PnL" vertex="1">
          <mxGeometry height="59" width="60" x="687" y="61" as="geometry" />
        </mxCell>
        <mxCell id="iMmVTYed4h1aN_pzg3ix-5" parent="1" style="text;html=1;whiteSpace=wrap;strokeColor=none;fillColor=none;align=center;verticalAlign=middle;rounded=0;fontSize=36;fontStyle=1" value="100" vertex="1">
          <mxGeometry height="30" width="60" x="-120" y="211" as="geometry" />
        </mxCell>
        <mxCell id="iMmVTYed4h1aN_pzg3ix-6" parent="1" style="text;html=1;whiteSpace=wrap;strokeColor=none;fillColor=none;align=center;verticalAlign=middle;rounded=0;fontSize=36;fontStyle=1" value="36.40" vertex="1">
          <mxGeometry height="30" width="60" x="149" y="211" as="geometry" />
        </mxCell>
        <mxCell id="iMmVTYed4h1aN_pzg3ix-7" parent="1" style="text;html=1;whiteSpace=wrap;strokeColor=none;fillColor=none;align=center;verticalAlign=middle;rounded=0;fontSize=36;fontStyle=1" value="37.45" vertex="1">
          <mxGeometry height="30" width="60" x="418" y="211" as="geometry" />
        </mxCell>
        <mxCell id="iMmVTYed4h1aN_pzg3ix-8" parent="1" style="text;html=1;whiteSpace=wrap;strokeColor=none;fillColor=none;align=center;verticalAlign=middle;rounded=0;fontSize=36;fontStyle=1" value="100" vertex="1">
          <mxGeometry height="30" width="60" x="687" y="211" as="geometry" />
        </mxCell>
        <mxCell id="7si3vGMUa6yKKs87A3T9-2" edge="1" parent="1" source="7si3vGMUa6yKKs87A3T9-1" style="edgeStyle=orthogonalEdgeStyle;rounded=0;orthogonalLoop=1;jettySize=auto;html=1;exitX=0.5;exitY=0;exitDx=0;exitDy=0;entryX=0;entryY=0.5;entryDx=0;entryDy=0;" target="iMmVTYed4h1aN_pzg3ix-5">
          <mxGeometry relative="1" as="geometry">
            <Array as="points">
              <mxPoint x="-283" y="227" />
              <mxPoint x="-139" y="227" />
            </Array>
            <mxPoint x="-139.09090909090924" y="259.27272727272725" as="targetPoint" />
          </mxGeometry>
        </mxCell>
        <mxCell id="7si3vGMUa6yKKs87A3T9-1" parent="1" style="text;html=1;whiteSpace=wrap;strokeColor=none;fillColor=none;align=center;verticalAlign=middle;rounded=0;fontStyle=1" value="Red color if negative, blue color if positive" vertex="1">
          <mxGeometry height="70" width="129" x="-347" y="453" as="geometry" />
        </mxCell>
        <mxCell id="7si3vGMUa6yKKs87A3T9-4" edge="1" parent="1" source="7si3vGMUa6yKKs87A3T9-3" style="edgeStyle=orthogonalEdgeStyle;rounded=0;orthogonalLoop=1;jettySize=auto;html=1;entryX=0.5;entryY=1;entryDx=0;entryDy=0;" target="iMmVTYed4h1aN_pzg3ix-8">
          <mxGeometry relative="1" as="geometry" />
        </mxCell>
        <mxCell id="7si3vGMUa6yKKs87A3T9-3" parent="1" style="text;html=1;whiteSpace=wrap;strokeColor=none;fillColor=none;align=center;verticalAlign=middle;rounded=0;fontStyle=1" value="Red color if negative, blue color if positive" vertex="1">
          <mxGeometry height="70" width="129" x="681" y="398" as="geometry" />
        </mxCell>
        <mxCell id="7si3vGMUa6yKKs87A3T9-5" parent="1" style="text;html=1;whiteSpace=wrap;strokeColor=none;fillColor=none;align=center;verticalAlign=middle;rounded=0;" value="Will receive the following props:&lt;br&gt;netQuantity: number;&lt;br&gt;&lt;div&gt;averagePrice: number&lt;/div&gt;&lt;div&gt;ltp: number;&lt;/div&gt;" vertex="1">
          <mxGeometry height="101" width="203" x="-25" y="355" as="geometry" />
        </mxCell>
        <mxCell id="7si3vGMUa6yKKs87A3T9-6" parent="1" style="text;html=1;whiteSpace=wrap;strokeColor=none;fillColor=none;align=center;verticalAlign=middle;rounded=0;" value="PnL needs to be calculated by the component" vertex="1">
          <mxGeometry height="101" width="203" x="-21" y="482" as="geometry" />
        </mxCell>
        <mxCell id="7si3vGMUa6yKKs87A3T9-7" parent="1" style="text;html=1;whiteSpace=wrap;strokeColor=none;fillColor=none;align=center;verticalAlign=middle;rounded=0;fontStyle=1;fontSize=48;fontColor=light-dark(#7a7978, #ededed);" value="Net Qty." vertex="1">
          <mxGeometry height="59" width="60" x="-186" y="816" as="geometry" />
        </mxCell>
        <mxCell id="7si3vGMUa6yKKs87A3T9-8" parent="1" style="text;html=1;whiteSpace=wrap;strokeColor=none;fillColor=none;align=center;verticalAlign=middle;rounded=0;fontStyle=1;fontSize=48;fontColor=light-dark(#7a7978, #ededed);" value="AVG. PRICE" vertex="1">
          <mxGeometry height="59" width="60" x="83" y="805" as="geometry" />
        </mxCell>
        <mxCell id="7si3vGMUa6yKKs87A3T9-9" parent="1" style="text;html=1;whiteSpace=wrap;strokeColor=none;fillColor=none;align=center;verticalAlign=middle;rounded=0;fontStyle=1;fontSize=48;fontColor=light-dark(#7a7978, #ededed);" value="LTP" vertex="1">
          <mxGeometry height="59" width="60" x="352" y="805" as="geometry" />
        </mxCell>
        <mxCell id="7si3vGMUa6yKKs87A3T9-10" parent="1" style="text;html=1;whiteSpace=wrap;strokeColor=none;fillColor=none;align=center;verticalAlign=middle;rounded=0;fontStyle=1;fontSize=48;fontColor=light-dark(#7a7978, #ededed);" value="PnL" vertex="1">
          <mxGeometry height="59" width="60" x="621" y="805" as="geometry" />
        </mxCell>
        <mxCell id="7si3vGMUa6yKKs87A3T9-11" parent="1" style="text;html=1;whiteSpace=wrap;strokeColor=none;fillColor=none;align=center;verticalAlign=middle;rounded=0;fontSize=18;fontStyle=1" value="{props.netQuantity}" vertex="1">
          <mxGeometry height="30" width="60" x="-186" y="955" as="geometry" />
        </mxCell>
        <mxCell id="7si3vGMUa6yKKs87A3T9-12" parent="1" style="text;html=1;whiteSpace=wrap;strokeColor=none;fillColor=none;align=center;verticalAlign=middle;rounded=0;fontSize=18;fontStyle=1" value="&lt;div&gt;{props.averagePrice}&lt;/div&gt;" vertex="1">
          <mxGeometry height="30" width="60" x="83" y="955" as="geometry" />
        </mxCell>
        <mxCell id="7si3vGMUa6yKKs87A3T9-13" parent="1" style="text;html=1;whiteSpace=wrap;strokeColor=none;fillColor=none;align=center;verticalAlign=middle;rounded=0;fontSize=18;fontStyle=1" value="{props.ltp}" vertex="1">
          <mxGeometry height="30" width="60" x="352" y="955" as="geometry" />
        </mxCell>
        <mxCell id="7si3vGMUa6yKKs87A3T9-14" parent="1" style="text;html=1;whiteSpace=wrap;strokeColor=none;fillColor=none;align=center;verticalAlign=middle;rounded=0;fontSize=18;fontStyle=1" value="{pnl}" vertex="1">
          <mxGeometry height="30" width="60" x="621" y="955" as="geometry" />
        </mxCell>
        <mxCell id="ExlUUjPYo0Ii6ma58Pc_-1" parent="1" style="rounded=1;whiteSpace=wrap;html=1;" value="" vertex="1">
          <mxGeometry height="321" width="1253" x="-202" y="1234" as="geometry" />
        </mxCell>
        <mxCell id="ExlUUjPYo0Ii6ma58Pc_-2" parent="1" style="text;html=1;whiteSpace=wrap;strokeColor=none;fillColor=none;align=center;verticalAlign=middle;rounded=0;fontStyle=1;fontSize=48;fontColor=light-dark(#7a7978, #ededed);" value="Total Margin" vertex="1">
          <mxGeometry height="59" width="168" x="-154" y="1292" as="geometry" />
        </mxCell>
        <mxCell id="ExlUUjPYo0Ii6ma58Pc_-3" parent="1" style="text;html=1;whiteSpace=wrap;strokeColor=none;fillColor=none;align=center;verticalAlign=middle;rounded=0;fontStyle=1;fontSize=48;fontColor=light-dark(#7a7978, #ededed);" value="Utilized Margin" vertex="1">
          <mxGeometry height="59" width="168" x="330" y="1295" as="geometry" />
        </mxCell>
        <mxCell id="ExlUUjPYo0Ii6ma58Pc_-4" parent="1" style="text;html=1;whiteSpace=wrap;strokeColor=none;fillColor=none;align=center;verticalAlign=middle;rounded=0;fontStyle=1;fontSize=48;fontColor=light-dark(#7a7978, #ededed);" value="Net Margin" vertex="1">
          <mxGeometry height="59" width="168" x="813" y="1289" as="geometry" />
        </mxCell>
        <mxCell id="ExlUUjPYo0Ii6ma58Pc_-5" parent="1" style="text;html=1;whiteSpace=wrap;strokeColor=none;fillColor=none;align=center;verticalAlign=middle;rounded=0;fontSize=42;" value="₹2000" vertex="1">
          <mxGeometry height="30" width="60" x="-100" y="1412" as="geometry" />
        </mxCell>
        <mxCell id="ExlUUjPYo0Ii6ma58Pc_-7" parent="1" style="text;html=1;whiteSpace=wrap;strokeColor=none;fillColor=none;align=center;verticalAlign=middle;rounded=0;fontSize=42;" value="₹200" vertex="1">
          <mxGeometry height="30" width="60" x="384" y="1412" as="geometry" />
        </mxCell>
        <mxCell id="ExlUUjPYo0Ii6ma58Pc_-8" parent="1" style="text;html=1;whiteSpace=wrap;strokeColor=none;fillColor=none;align=center;verticalAlign=middle;rounded=0;fontSize=42;" value="₹1800" vertex="1">
          <mxGeometry height="30" width="60" x="867" y="1412" as="geometry" />
        </mxCell>
        <mxCell id="ExlUUjPYo0Ii6ma58Pc_-9" parent="1" style="html=1;shadow=0;dashed=0;shape=mxgraph.bootstrap.rrect;rSize=5;fillColor=#E9ECEF;strokeColor=none;" value="" vertex="1">
          <mxGeometry height="20" width="800" x="24.5" y="1507" as="geometry" />
        </mxCell>
        <mxCell id="ExlUUjPYo0Ii6ma58Pc_-10" parent="ExlUUjPYo0Ii6ma58Pc_-9" style="html=1;shadow=0;dashed=0;shape=mxgraph.bootstrap.leftButton;rSize=5;fillColor=#1CA5B8;strokeColor=none;resizeHeight=1;" value="" vertex="1">
          <mxGeometry height="20" relative="1" width="250" as="geometry" />
        </mxCell>
        <mxCell id="ExlUUjPYo0Ii6ma58Pc_-11" parent="1" style="text;html=1;whiteSpace=wrap;strokeColor=none;fillColor=none;align=center;verticalAlign=middle;rounded=0;fontSize=24;" value="The max value on the progress bar is the total margin and the filled in part is the utilized margin" vertex="1">
          <mxGeometry height="92" width="269" x="175" y="1620" as="geometry" />
        </mxCell>
        <mxCell id="ExlUUjPYo0Ii6ma58Pc_-12" edge="1" parent="1" source="ExlUUjPYo0Ii6ma58Pc_-11" style="edgeStyle=orthogonalEdgeStyle;rounded=0;orthogonalLoop=1;jettySize=auto;html=1;exitX=0.5;exitY=0;exitDx=0;exitDy=0;entryX=0.412;entryY=0.999;entryDx=0;entryDy=0;entryPerimeter=0;" target="ExlUUjPYo0Ii6ma58Pc_-1">
          <mxGeometry relative="1" as="geometry" />
        </mxCell>
      </root>
    </mxGraphModel>
  </diagram>
  <diagram id="dmkDPsUycKQvBsQ4H3Di" name="Kite-Fly-Ticker-Architecture">
    <mxGraphModel dx="1357" dy="626" grid="0" gridSize="10" guides="1" tooltips="1" connect="1" arrows="1" fold="1" page="0" pageScale="1" pageWidth="402" pageHeight="874" math="0" shadow="0">
      <root>
        <mxCell id="0" />
        <mxCell id="1" parent="0" />
        <mxCell id="FDZGNOtkY16CQce4NqAR-3" edge="1" parent="1" source="FDZGNOtkY16CQce4NqAR-1" style="edgeStyle=orthogonalEdgeStyle;rounded=0;orthogonalLoop=1;jettySize=auto;html=1;" target="FDZGNOtkY16CQce4NqAR-2" value="">
          <mxGeometry relative="1" as="geometry" />
        </mxCell>
        <mxCell id="FDZGNOtkY16CQce4NqAR-1" parent="1" style="rounded=1;whiteSpace=wrap;html=1;" value="Client posts a request - for example:&lt;br&gt;&lt;div&gt;&lt;br&gt;&lt;/div&gt;&lt;br&gt;&lt;div&gt;fetch(&quot;http://localhost:3000/api/ltp&quot;, () =&amp;gt; {&lt;/div&gt;&lt;div&gt;method: &quot;POST&quot;,&lt;/div&gt;&lt;div&gt;body: JSON.stringify({&lt;/div&gt;&lt;div&gt;instrument: &quot;WIPRO&quot;,&lt;br&gt;ltp: 128.10&lt;/div&gt;&lt;div&gt;})&lt;/div&gt;&lt;div&gt;})&lt;br&gt;&lt;br&gt;The call is made from another site - for ex. https://kite.zerodha.com&lt;/div&gt;" vertex="1">
          <mxGeometry height="236" width="345" x="-33" y="45" as="geometry" />
        </mxCell>
        <mxCell id="FDZGNOtkY16CQce4NqAR-5" edge="1" parent="1" source="FDZGNOtkY16CQce4NqAR-2" style="edgeStyle=orthogonalEdgeStyle;rounded=0;orthogonalLoop=1;jettySize=auto;html=1;" target="FDZGNOtkY16CQce4NqAR-4" value="">
          <mxGeometry relative="1" as="geometry" />
        </mxCell>
        <mxCell id="FDZGNOtkY16CQce4NqAR-2" parent="1" style="whiteSpace=wrap;html=1;rounded=1;" value="SERVER" vertex="1">
          <mxGeometry height="60" width="120" x="504.5" y="98.5" as="geometry" />
        </mxCell>
        <mxCell id="FDZGNOtkY16CQce4NqAR-8" edge="1" parent="1" source="FDZGNOtkY16CQce4NqAR-4" style="edgeStyle=orthogonalEdgeStyle;rounded=0;orthogonalLoop=1;jettySize=auto;html=1;exitX=0.75;exitY=1;exitDx=0;exitDy=0;entryX=1;entryY=0.75;entryDx=0;entryDy=0;" target="FDZGNOtkY16CQce4NqAR-6">
          <mxGeometry relative="1" as="geometry" />
        </mxCell>
        <mxCell id="FDZGNOtkY16CQce4NqAR-4" parent="1" style="whiteSpace=wrap;html=1;rounded=1;" value="Websocket" vertex="1">
          <mxGeometry height="60" width="120" x="504.5" y="265" as="geometry" />
        </mxCell>
        <mxCell id="FDZGNOtkY16CQce4NqAR-7" edge="1" parent="1" source="FDZGNOtkY16CQce4NqAR-6" style="edgeStyle=orthogonalEdgeStyle;rounded=0;orthogonalLoop=1;jettySize=auto;html=1;entryX=0.5;entryY=1;entryDx=0;entryDy=0;" target="FDZGNOtkY16CQce4NqAR-4">
          <mxGeometry relative="1" as="geometry" />
        </mxCell>
        <mxCell id="FDZGNOtkY16CQce4NqAR-6" parent="1" style="rounded=1;whiteSpace=wrap;html=1;" value="On another client,&lt;div&gt;new Websocket()&lt;/div&gt;// receive the data which is sent from /api/ltp" vertex="1">
          <mxGeometry height="167" width="345" x="1" y="392" as="geometry" />
        </mxCell>
      </root>
    </mxGraphModel>
  </diagram>
</mxfile>
